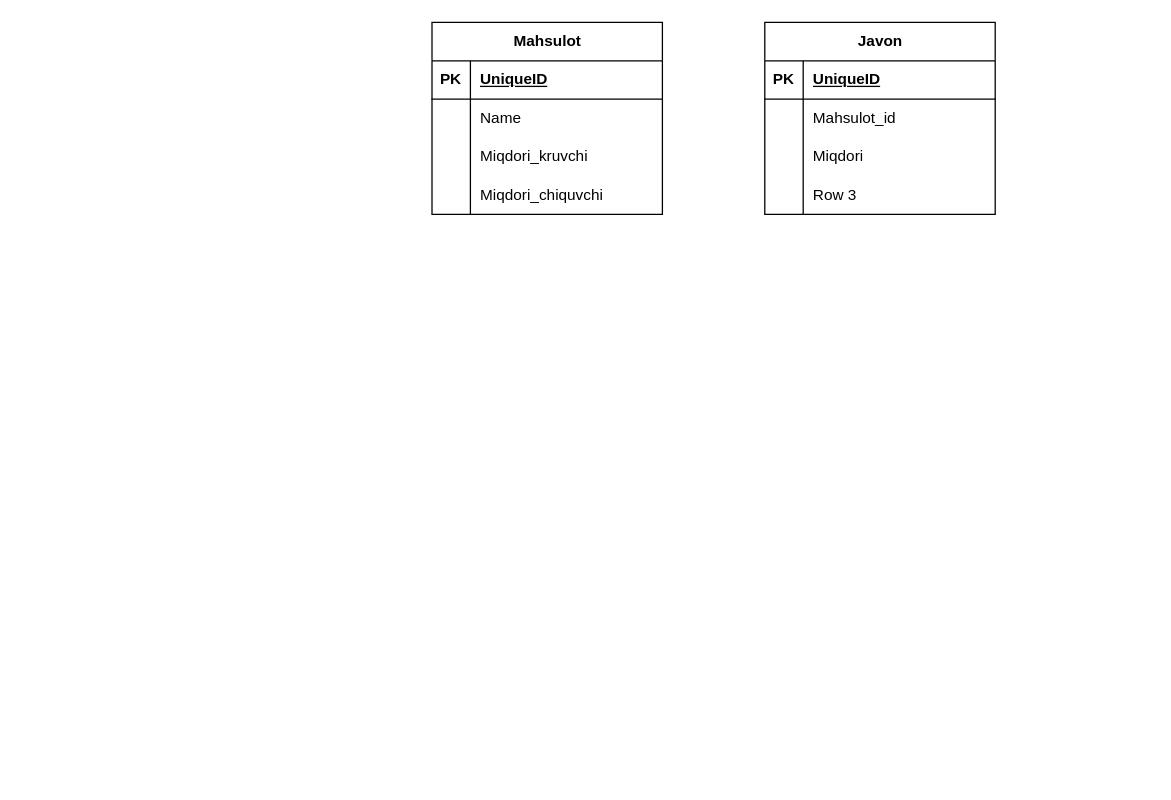
Before: Диаграмма без названия.drawio in Ramziddin-ice/Icecreame, a draw.io diagram. Source tidied: cells renumbered, new cells numbered last; positions are measured from the earlier drawing's top-left corner, leaving out a move shared by most shapes. Both pictures are drawn from the tidied source at 128%, with x=0, y=0 at pixel (431, 22).
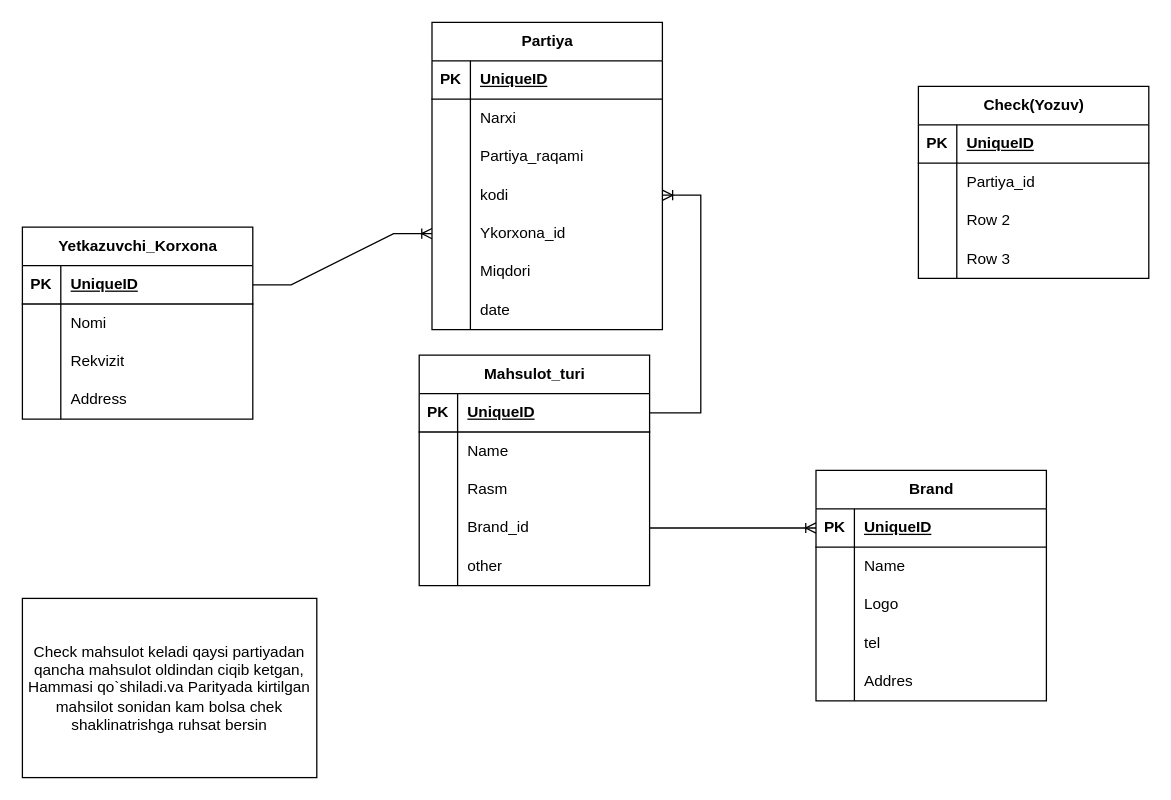
Above is the later version.

Unchanged cells that the change refers to:
```xml
<mxCell id="19" style="shape=tableRow;horizontal=0;startSize=0;swimlaneHead=0;swimlaneBody=0;fillColor=none;top=0;left=0;right=0;bottom=0;" parent="15" vertex="1">
  <mxGeometry y="60" width="180" height="30" as="geometry" />
</mxCell>
<mxCell id="22" style="shape=tableRow;horizontal=0;startSize=0;swimlaneHead=0;swimlaneBody=0;fillColor=none;top=0;left=0;right=0;bottom=0;" parent="15" vertex="1">
  <mxGeometry y="90" width="180" height="30" as="geometry" />
</mxCell>
<mxCell id="25" style="shape=tableRow;horizontal=0;startSize=0;swimlaneHead=0;swimlaneBody=0;fillColor=none;points=[[0,0.5],[1,0.5]];portConstraint=eastwest;top=0;left=0;right=0;bottom=0;" parent="15" vertex="1">
  <mxGeometry y="120" width="180" height="30" as="geometry" />
</mxCell>
```

What changed in the source:
```diff
@@
-    <mxCell id="2" value="Javon" style="shape=table;startSize=30;childLayout=tableLayout;rowLines=0;fontStyle=1;align=center;html=1;" parent="1" vertex="1">
-      <mxGeometry x="260" width="180" height="150" as="geometry" />
-    </mxCell>
-    <mxCell id="3" style="shape=tableRow;horizontal=0;startSize=0;swimlaneHead=0;swimlaneBody=0;fillColor=none;top=0;left=0;right=0;bottom=1;" parent="2" vertex="1">
-      <mxGeometry y="30" width="180" height="30" as="geometry" />
-    </mxCell>
-    <mxCell id="4" value="PK" style="shape=partialRectangle;fillColor=none;top=0;left=0;bottom=0;right=0;fontStyle=1;overflow=hidden;whiteSpace=wrap;html=1;" parent="3" vertex="1">
-      <mxGeometry width="30" height="30" as="geometry" />
-    </mxCell>
-    <mxCell id="5" value="UniqueID" style="shape=partialRectangle;fillColor=none;top=0;left=0;bottom=0;right=0;align=left;spacingLeft=6;fontStyle=5;overflow=hidden;whiteSpace=wrap;html=1;" parent="3" vertex="1">
-      <mxGeometry x="30" width="150" height="30" as="geometry" />
-    </mxCell>
-    <mxCell id="6" style="shape=tableRow;horizontal=0;startSize=0;swimlaneHead=0;swimlaneBody=0;fillColor=none;top=0;left=0;right=0;bottom=0;" parent="2" vertex="1">
-      <mxGeometry y="60" width="180" height="30" as="geometry" />
-    </mxCell>
-    <mxCell id="7" style="shape=partialRectangle;fillColor=none;top=0;left=0;bottom=0;right=0;overflow=hidden;whiteSpace=wrap;html=1;" parent="6" vertex="1">
-      <mxGeometry width="30" height="30" as="geometry" />
-    </mxCell>
-    <mxCell id="8" value="Mahsulot_id" style="shape=partialRectangle;fillColor=none;top=0;left=0;bottom=0;right=0;align=left;spacingLeft=6;overflow=hidden;whiteSpace=wrap;html=1;" parent="6" vertex="1">
-      <mxGeometry x="30" width="150" height="30" as="geometry" />
-    </mxCell>
-    <mxCell id="9" style="shape=tableRow;horizontal=0;startSize=0;swimlaneHead=0;swimlaneBody=0;fillColor=none;top=0;left=0;right=0;bottom=0;" parent="2" vertex="1">
-      <mxGeometry y="90" width="180" height="30" as="geometry" />
-    </mxCell>
-    <mxCell id="10" style="shape=partialRectangle;fillColor=none;top=0;left=0;bottom=0;right=0;overflow=hidden;whiteSpace=wrap;html=1;" parent="9" vertex="1">
-      <mxGeometry width="30" height="30" as="geometry" />
-    </mxCell>
-    <mxCell id="11" value="Miqdori" style="shape=partialRectangle;fillColor=none;top=0;left=0;bottom=0;right=0;align=left;spacingLeft=6;overflow=hidden;whiteSpace=wrap;html=1;" parent="9" vertex="1">
-      <mxGeometry x="30" width="150" height="30" as="geometry" />
-    </mxCell>
-    <mxCell id="12" style="shape=tableRow;horizontal=0;startSize=0;swimlaneHead=0;swimlaneBody=0;fillColor=none;top=0;left=0;right=0;bottom=0;" parent="2" vertex="1">
-      <mxGeometry y="120" width="180" height="30" as="geometry" />
-    </mxCell>
-    <mxCell id="13" style="shape=partialRectangle;fillColor=none;top=0;left=0;bottom=0;right=0;overflow=hidden;whiteSpace=wrap;html=1;" parent="12" vertex="1">
-      <mxGeometry width="30" height="30" as="geometry" />
-    </mxCell>
-    <mxCell id="14" value="Row 3" style="shape=partialRectangle;fillColor=none;top=0;left=0;bottom=0;right=0;align=left;spacingLeft=6;overflow=hidden;whiteSpace=wrap;html=1;" parent="12" vertex="1">
-      <mxGeometry x="30" width="150" height="30" as="geometry" />
-    </mxCell>
-    <mxCell id="15" value="Mahsulot" style="shape=table;startSize=30;childLayout=tableLayout;rowLines=0;fontStyle=1;align=center;html=1;" parent="1" vertex="1">
-      <mxGeometry width="180" height="150" as="geometry" />
+    <mxCell id="15" value="Partiya" style="shape=table;startSize=30;childLayout=tableLayout;rowLines=0;fontStyle=1;align=center;html=1;" parent="1" vertex="1">
+      <mxGeometry width="180" height="240" as="geometry" />
     </mxCell>
@@
-    <mxCell id="21" value="Name" style="shape=partialRectangle;fillColor=none;top=0;left=0;bottom=0;right=0;align=left;spacingLeft=6;overflow=hidden;whiteSpace=wrap;html=1;" parent="19" vertex="1">
+    <mxCell id="21" value="Narxi" style="shape=partialRectangle;fillColor=none;top=0;left=0;bottom=0;right=0;align=left;spacingLeft=6;overflow=hidden;whiteSpace=wrap;html=1;" parent="19" vertex="1">
       <mxGeometry x="30" width="150" height="30" as="geometry" />
     </mxCell>
@@
-    <mxCell id="24" value="Miqdori_kruvchi" style="shape=partialRectangle;fillColor=none;top=0;left=0;bottom=0;right=0;align=left;spacingLeft=6;overflow=hidden;whiteSpace=wrap;html=1;" parent="22" vertex="1">
+    <mxCell id="24" value="Partiya_raqami" style="shape=partialRectangle;fillColor=none;top=0;left=0;bottom=0;right=0;align=left;spacingLeft=6;overflow=hidden;whiteSpace=wrap;html=1;" parent="22" vertex="1">
       <mxGeometry x="30" width="150" height="30" as="geometry" />
     </mxCell>
@@
-    <mxCell id="27" value="Miqdori_chiquvchi" style="shape=partialRectangle;fillColor=none;top=0;left=0;bottom=0;right=0;align=left;spacingLeft=6;overflow=hidden;whiteSpace=wrap;html=1;" parent="25" vertex="1">
+    <mxCell id="27" value="kodi" style="shape=partialRectangle;fillColor=none;top=0;left=0;bottom=0;right=0;align=left;spacingLeft=6;overflow=hidden;whiteSpace=wrap;html=1;" parent="25" vertex="1">
       <mxGeometry x="30" width="150" height="30" as="geometry" />
     </mxCell>
+    <mxCell id="28" style="shape=tableRow;horizontal=0;startSize=0;swimlaneHead=0;swimlaneBody=0;fillColor=none;points=[[0,0.5],[1,0.5]];portConstraint=eastwest;top=0;left=0;right=0;bottom=0;" parent="15" vertex="1">
+      <mxGeometry y="150" width="180" height="30" as="geometry" />
+    </mxCell>
+    <mxCell id="29" style="shape=partialRectangle;fillColor=none;top=0;left=0;bottom=0;right=0;overflow=hidden;whiteSpace=wrap;html=1;" parent="28" vertex="1">
+      <mxGeometry width="30" height="30" as="geometry" />
+    </mxCell>
+    <mxCell id="30" value="Ykorxona_id" style="shape=partialRectangle;fillColor=none;top=0;left=0;bottom=0;right=0;align=left;spacingLeft=6;overflow=hidden;whiteSpace=wrap;html=1;" parent="28" vertex="1">
+      <mxGeometry x="30" width="150" height="30" as="geometry" />
+    </mxCell>
+    <mxCell id="31" style="shape=tableRow;horizontal=0;startSize=0;swimlaneHead=0;swimlaneBody=0;fillColor=none;top=0;left=0;right=0;bottom=0;" parent="15" vertex="1">
+      <mxGeometry y="180" width="180" height="30" as="geometry" />
+    </mxCell>
+    <mxCell id="32" style="shape=partialRectangle;fillColor=none;top=0;left=0;bottom=0;right=0;overflow=hidden;whiteSpace=wrap;html=1;" parent="31" vertex="1">
+      <mxGeometry width="30" height="30" as="geometry" />
+    </mxCell>
+    <mxCell id="11" value="Miqdori" style="shape=partialRectangle;fillColor=none;top=0;left=0;bottom=0;right=0;align=left;spacingLeft=6;overflow=hidden;whiteSpace=wrap;html=1;" parent="31" vertex="1">
+      <mxGeometry x="30" width="150" height="30" as="geometry" />
+    </mxCell>
+    <mxCell id="33" style="shape=tableRow;horizontal=0;startSize=0;swimlaneHead=0;swimlaneBody=0;fillColor=none;top=0;left=0;right=0;bottom=0;" parent="15" vertex="1">
+      <mxGeometry y="210" width="180" height="30" as="geometry" />
+    </mxCell>
+    <mxCell id="34" style="shape=partialRectangle;fillColor=none;top=0;left=0;bottom=0;right=0;overflow=hidden;whiteSpace=wrap;html=1;" parent="33" vertex="1">
+      <mxGeometry width="30" height="30" as="geometry" />
+    </mxCell>
+    <mxCell id="35" value="date" style="shape=partialRectangle;fillColor=none;top=0;left=0;bottom=0;right=0;align=left;spacingLeft=6;overflow=hidden;whiteSpace=wrap;html=1;" parent="33" vertex="1">
+      <mxGeometry x="30" width="150" height="30" as="geometry" />
+    </mxCell>
+    <mxCell id="36" value="Mahsulot_turi" style="shape=table;startSize=30;childLayout=tableLayout;rowLines=0;fontStyle=1;align=center;html=1;" parent="1" vertex="1">
+      <mxGeometry x="-10" y="260" width="180" height="180" as="geometry" />
+    </mxCell>
+    <mxCell id="37" style="shape=tableRow;horizontal=0;startSize=0;swimlaneHead=0;swimlaneBody=0;fillColor=none;points=[[0,0.5],[1,0.5]];portConstraint=eastwest;top=0;left=0;right=0;bottom=1;" parent="36" vertex="1">
+      <mxGeometry y="30" width="180" height="30" as="geometry" />
+    </mxCell>
+    <mxCell id="38" value="PK" style="shape=partialRectangle;fillColor=none;top=0;left=0;bottom=0;right=0;fontStyle=1;overflow=hidden;whiteSpace=wrap;html=1;" parent="37" vertex="1">
+      <mxGeometry width="30" height="30" as="geometry" />
+    </mxCell>
+    <mxCell id="39" value="UniqueID" style="shape=partialRectangle;fillColor=none;top=0;left=0;bottom=0;right=0;align=left;spacingLeft=6;fontStyle=5;overflow=hidden;whiteSpace=wrap;html=1;" parent="37" vertex="1">
+      <mxGeometry x="30" width="150" height="30" as="geometry" />
+    </mxCell>
+    <mxCell id="40" style="shape=tableRow;horizontal=0;startSize=0;swimlaneHead=0;swimlaneBody=0;fillColor=none;top=0;left=0;right=0;bottom=0;" parent="36" vertex="1">
+      <mxGeometry y="60" width="180" height="30" as="geometry" />
+    </mxCell>
+    <mxCell id="41" style="shape=partialRectangle;fillColor=none;top=0;left=0;bottom=0;right=0;overflow=hidden;whiteSpace=wrap;html=1;" parent="40" vertex="1">
+      <mxGeometry width="30" height="30" as="geometry" />
+    </mxCell>
+    <mxCell id="42" value="Name" style="shape=partialRectangle;fillColor=none;top=0;left=0;bottom=0;right=0;align=left;spacingLeft=6;overflow=hidden;whiteSpace=wrap;html=1;" parent="40" vertex="1">
+      <mxGeometry x="30" width="150" height="30" as="geometry" />
+    </mxCell>
+    <mxCell id="43" style="shape=tableRow;horizontal=0;startSize=0;swimlaneHead=0;swimlaneBody=0;fillColor=none;top=0;left=0;right=0;bottom=0;" parent="36" vertex="1">
+      <mxGeometry y="90" width="180" height="30" as="geometry" />
+    </mxCell>
+    <mxCell id="44" style="shape=partialRectangle;fillColor=none;top=0;left=0;bottom=0;right=0;overflow=hidden;whiteSpace=wrap;html=1;" parent="43" vertex="1">
+      <mxGeometry width="30" height="30" as="geometry" />
+    </mxCell>
+    <mxCell id="45" value="Rasm" style="shape=partialRectangle;fillColor=none;top=0;left=0;bottom=0;right=0;align=left;spacingLeft=6;overflow=hidden;whiteSpace=wrap;html=1;" parent="43" vertex="1">
+      <mxGeometry x="30" width="150" height="30" as="geometry" />
+    </mxCell>
+    <mxCell id="46" style="shape=tableRow;horizontal=0;startSize=0;swimlaneHead=0;swimlaneBody=0;fillColor=none;points=[[0,0.5],[1,0.5]];portConstraint=eastwest;top=0;left=0;right=0;bottom=0;" parent="36" vertex="1">
+      <mxGeometry y="120" width="180" height="30" as="geometry" />
+    </mxCell>
+    <mxCell id="47" style="shape=partialRectangle;fillColor=none;top=0;left=0;bottom=0;right=0;overflow=hidden;whiteSpace=wrap;html=1;" parent="46" vertex="1">
+      <mxGeometry width="30" height="30" as="geometry" />
+    </mxCell>
+    <mxCell id="48" value="Brand_id" style="shape=partialRectangle;fillColor=none;top=0;left=0;bottom=0;right=0;align=left;spacingLeft=6;overflow=hidden;whiteSpace=wrap;html=1;" parent="46" vertex="1">
+      <mxGeometry x="30" width="150" height="30" as="geometry" />
+    </mxCell>
+    <mxCell id="49" style="shape=tableRow;horizontal=0;startSize=0;swimlaneHead=0;swimlaneBody=0;fillColor=none;top=0;left=0;right=0;bottom=0;" parent="36" vertex="1">
+      <mxGeometry y="150" width="180" height="30" as="geometry" />
+    </mxCell>
+    <mxCell id="50" style="shape=partialRectangle;fillColor=none;top=0;left=0;bottom=0;right=0;overflow=hidden;whiteSpace=wrap;html=1;" parent="49" vertex="1">
+      <mxGeometry width="30" height="30" as="geometry" />
+    </mxCell>
+    <mxCell id="51" value="other" style="shape=partialRectangle;fillColor=none;top=0;left=0;bottom=0;right=0;align=left;spacingLeft=6;overflow=hidden;whiteSpace=wrap;html=1;" parent="49" vertex="1">
+      <mxGeometry x="30" width="150" height="30" as="geometry" />
+    </mxCell>
+    <mxCell id="52" style="edgeStyle=entityRelationEdgeStyle;fontSize=12;html=1;endArrow=ERoneToMany;rounded=0;" parent="1" edge="1" source="37" target="25">
+      <mxGeometry relative="1" as="geometry" />
+    </mxCell>
+    <mxCell id="53" value="Brand" style="shape=table;startSize=30;childLayout=tableLayout;rowLines=0;fontStyle=1;align=center;html=1;" parent="1" vertex="1">
+      <mxGeometry x="300" y="350" width="180" height="180" as="geometry" />
+    </mxCell>
+    <mxCell id="54" style="shape=tableRow;horizontal=0;startSize=0;swimlaneHead=0;swimlaneBody=0;fillColor=none;points=[[0,0.5],[1,0.5]];portConstraint=eastwest;top=0;left=0;right=0;bottom=1;" parent="53" vertex="1">
+      <mxGeometry y="30" width="180" height="30" as="geometry" />
+    </mxCell>
+    <mxCell id="55" value="PK" style="shape=partialRectangle;fillColor=none;top=0;left=0;bottom=0;right=0;fontStyle=1;overflow=hidden;whiteSpace=wrap;html=1;" parent="54" vertex="1">
+      <mxGeometry width="30" height="30" as="geometry" />
+    </mxCell>
+    <mxCell id="56" value="UniqueID" style="shape=partialRectangle;fillColor=none;top=0;left=0;bottom=0;right=0;align=left;spacingLeft=6;fontStyle=5;overflow=hidden;whiteSpace=wrap;html=1;" parent="54" vertex="1">
+      <mxGeometry x="30" width="150" height="30" as="geometry" />
+    </mxCell>
+    <mxCell id="57" style="shape=tableRow;horizontal=0;startSize=0;swimlaneHead=0;swimlaneBody=0;fillColor=none;top=0;left=0;right=0;bottom=0;" parent="53" vertex="1">
+      <mxGeometry y="60" width="180" height="30" as="geometry" />
+    </mxCell>
+    <mxCell id="58" style="shape=partialRectangle;fillColor=none;top=0;left=0;bottom=0;right=0;overflow=hidden;whiteSpace=wrap;html=1;" parent="57" vertex="1">
+      <mxGeometry width="30" height="30" as="geometry" />
+    </mxCell>
+    <mxCell id="59" value="Name" style="shape=partialRectangle;fillColor=none;top=0;left=0;bottom=0;right=0;align=left;spacingLeft=6;overflow=hidden;whiteSpace=wrap;html=1;" parent="57" vertex="1">
+      <mxGeometry x="30" width="150" height="30" as="geometry" />
+    </mxCell>
+    <mxCell id="60" style="shape=tableRow;horizontal=0;startSize=0;swimlaneHead=0;swimlaneBody=0;fillColor=none;top=0;left=0;right=0;bottom=0;" parent="53" vertex="1">
+      <mxGeometry y="90" width="180" height="30" as="geometry" />
+    </mxCell>
+    <mxCell id="61" style="shape=partialRectangle;fillColor=none;top=0;left=0;bottom=0;right=0;overflow=hidden;whiteSpace=wrap;html=1;" parent="60" vertex="1">
+      <mxGeometry width="30" height="30" as="geometry" />
+    </mxCell>
+    <mxCell id="62" value="Logo" style="shape=partialRectangle;fillColor=none;top=0;left=0;bottom=0;right=0;align=left;spacingLeft=6;overflow=hidden;whiteSpace=wrap;html=1;" parent="60" vertex="1">
+      <mxGeometry x="30" width="150" height="30" as="geometry" />
+    </mxCell>
+    <mxCell id="63" style="shape=tableRow;horizontal=0;startSize=0;swimlaneHead=0;swimlaneBody=0;fillColor=none;top=0;left=0;right=0;bottom=0;" parent="53" vertex="1">
+      <mxGeometry y="120" width="180" height="30" as="geometry" />
+    </mxCell>
+    <mxCell id="64" style="shape=partialRectangle;fillColor=none;top=0;left=0;bottom=0;right=0;overflow=hidden;whiteSpace=wrap;html=1;" parent="63" vertex="1">
+      <mxGeometry width="30" height="30" as="geometry" />
+    </mxCell>
+    <mxCell id="65" value="tel" style="shape=partialRectangle;fillColor=none;top=0;left=0;bottom=0;right=0;align=left;spacingLeft=6;overflow=hidden;whiteSpace=wrap;html=1;" parent="63" vertex="1">
+      <mxGeometry x="30" width="150" height="30" as="geometry" />
+    </mxCell>
+    <mxCell id="66" style="shape=tableRow;horizontal=0;startSize=0;swimlaneHead=0;swimlaneBody=0;fillColor=none;top=0;left=0;right=0;bottom=0;" parent="53" vertex="1">
+      <mxGeometry y="150" width="180" height="30" as="geometry" />
+    </mxCell>
+    <mxCell id="67" style="shape=partialRectangle;fillColor=none;top=0;left=0;bottom=0;right=0;overflow=hidden;whiteSpace=wrap;html=1;" parent="66" vertex="1">
+      <mxGeometry width="30" height="30" as="geometry" />
+    </mxCell>
+    <mxCell id="68" value="Addres" style="shape=partialRectangle;fillColor=none;top=0;left=0;bottom=0;right=0;align=left;spacingLeft=6;overflow=hidden;whiteSpace=wrap;html=1;" parent="66" vertex="1">
+      <mxGeometry x="30" width="150" height="30" as="geometry" />
+    </mxCell>
+    <mxCell id="69" style="edgeStyle=entityRelationEdgeStyle;fontSize=12;html=1;endArrow=ERoneToMany;rounded=0;" parent="1" edge="1" source="46" target="54">
+      <mxGeometry relative="1" as="geometry" />
+    </mxCell>
+    <mxCell id="70" value="Yetkazuvchi_Korxona" style="shape=table;startSize=30;childLayout=tableLayout;rowLines=0;fontStyle=1;align=center;html=1;" parent="1" vertex="1">
+      <mxGeometry x="-320" y="160" width="180" height="150" as="geometry" />
+    </mxCell>
+    <mxCell id="71" style="shape=tableRow;horizontal=0;startSize=0;swimlaneHead=0;swimlaneBody=0;fillColor=none;points=[[0,0.5],[1,0.5]];portConstraint=eastwest;top=0;left=0;right=0;bottom=1;" parent="70" vertex="1">
+      <mxGeometry y="30" width="180" height="30" as="geometry" />
+    </mxCell>
+    <mxCell id="72" value="PK" style="shape=partialRectangle;fillColor=none;top=0;left=0;bottom=0;right=0;fontStyle=1;overflow=hidden;whiteSpace=wrap;html=1;" parent="71" vertex="1">
+      <mxGeometry width="30" height="30" as="geometry" />
+    </mxCell>
+    <mxCell id="73" value="UniqueID" style="shape=partialRectangle;fillColor=none;top=0;left=0;bottom=0;right=0;align=left;spacingLeft=6;fontStyle=5;overflow=hidden;whiteSpace=wrap;html=1;" parent="71" vertex="1">
+      <mxGeometry x="30" width="150" height="30" as="geometry" />
+    </mxCell>
+    <mxCell id="74" style="shape=tableRow;horizontal=0;startSize=0;swimlaneHead=0;swimlaneBody=0;fillColor=none;top=0;left=0;right=0;bottom=0;" parent="70" vertex="1">
+      <mxGeometry y="60" width="180" height="30" as="geometry" />
+    </mxCell>
+    <mxCell id="75" style="shape=partialRectangle;fillColor=none;top=0;left=0;bottom=0;right=0;overflow=hidden;whiteSpace=wrap;html=1;" parent="74" vertex="1">
+      <mxGeometry width="30" height="30" as="geometry" />
+    </mxCell>
+    <mxCell id="76" value="Nomi" style="shape=partialRectangle;fillColor=none;top=0;left=0;bottom=0;right=0;align=left;spacingLeft=6;overflow=hidden;whiteSpace=wrap;html=1;" parent="74" vertex="1">
+      <mxGeometry x="30" width="150" height="30" as="geometry" />
+    </mxCell>
+    <mxCell id="77" style="shape=tableRow;horizontal=0;startSize=0;swimlaneHead=0;swimlaneBody=0;fillColor=none;top=0;left=0;right=0;bottom=0;" parent="70" vertex="1">
+      <mxGeometry y="90" width="180" height="30" as="geometry" />
+    </mxCell>
+    <mxCell id="78" style="shape=partialRectangle;fillColor=none;top=0;left=0;bottom=0;right=0;overflow=hidden;whiteSpace=wrap;html=1;" parent="77" vertex="1">
+      <mxGeometry width="30" height="30" as="geometry" />
+    </mxCell>
+    <mxCell id="79" value="Rekvizit" style="shape=partialRectangle;fillColor=none;top=0;left=0;bottom=0;right=0;align=left;spacingLeft=6;overflow=hidden;whiteSpace=wrap;html=1;" parent="77" vertex="1">
+      <mxGeometry x="30" width="150" height="30" as="geometry" />
+    </mxCell>
+    <mxCell id="80" style="shape=tableRow;horizontal=0;startSize=0;swimlaneHead=0;swimlaneBody=0;fillColor=none;top=0;left=0;right=0;bottom=0;" parent="70" vertex="1">
+      <mxGeometry y="120" width="180" height="30" as="geometry" />
+    </mxCell>
+    <mxCell id="81" style="shape=partialRectangle;fillColor=none;top=0;left=0;bottom=0;right=0;overflow=hidden;whiteSpace=wrap;html=1;" parent="80" vertex="1">
+      <mxGeometry width="30" height="30" as="geometry" />
+    </mxCell>
+    <mxCell id="82" value="Address" style="shape=partialRectangle;fillColor=none;top=0;left=0;bottom=0;right=0;align=left;spacingLeft=6;overflow=hidden;whiteSpace=wrap;html=1;" parent="80" vertex="1">
+      <mxGeometry x="30" width="150" height="30" as="geometry" />
+    </mxCell>
+    <mxCell id="83" style="edgeStyle=entityRelationEdgeStyle;fontSize=12;html=1;endArrow=ERoneToMany;rounded=0;" parent="1" edge="1" source="71" target="28">
+      <mxGeometry relative="1" as="geometry" />
+    </mxCell>
+    <mxCell id="84" value="Check(Yozuv)" style="shape=table;startSize=30;childLayout=tableLayout;rowLines=0;fontStyle=1;align=center;html=1;" parent="1" vertex="1">
+      <mxGeometry x="380" y="50" width="180" height="150" as="geometry" />
+    </mxCell>
+    <mxCell id="85" style="shape=tableRow;horizontal=0;startSize=0;swimlaneHead=0;swimlaneBody=0;fillColor=none;top=0;left=0;right=0;bottom=1;" parent="84" vertex="1">
+      <mxGeometry y="30" width="180" height="30" as="geometry" />
+    </mxCell>
+    <mxCell id="86" value="PK" style="shape=partialRectangle;fillColor=none;top=0;left=0;bottom=0;right=0;fontStyle=1;overflow=hidden;whiteSpace=wrap;html=1;" parent="85" vertex="1">
+      <mxGeometry width="30" height="30" as="geometry" />
+    </mxCell>
+    <mxCell id="87" value="UniqueID" style="shape=partialRectangle;fillColor=none;top=0;left=0;bottom=0;right=0;align=left;spacingLeft=6;fontStyle=5;overflow=hidden;whiteSpace=wrap;html=1;" parent="85" vertex="1">
+      <mxGeometry x="30" width="150" height="30" as="geometry" />
+    </mxCell>
+    <mxCell id="88" style="shape=tableRow;horizontal=0;startSize=0;swimlaneHead=0;swimlaneBody=0;fillColor=none;top=0;left=0;right=0;bottom=0;" parent="84" vertex="1">
+      <mxGeometry y="60" width="180" height="30" as="geometry" />
+    </mxCell>
+    <mxCell id="89" style="shape=partialRectangle;fillColor=none;top=0;left=0;bottom=0;right=0;overflow=hidden;whiteSpace=wrap;html=1;" parent="88" vertex="1">
+      <mxGeometry width="30" height="30" as="geometry" />
+    </mxCell>
+    <mxCell id="90" value="Partiya_id" style="shape=partialRectangle;fillColor=none;top=0;left=0;bottom=0;right=0;align=left;spacingLeft=6;overflow=hidden;whiteSpace=wrap;html=1;" parent="88" vertex="1">
+      <mxGeometry x="30" width="150" height="30" as="geometry" />
+    </mxCell>
+    <mxCell id="91" style="shape=tableRow;horizontal=0;startSize=0;swimlaneHead=0;swimlaneBody=0;fillColor=none;top=0;left=0;right=0;bottom=0;" parent="84" vertex="1">
+      <mxGeometry y="90" width="180" height="30" as="geometry" />
+    </mxCell>
+    <mxCell id="92" style="shape=partialRectangle;fillColor=none;top=0;left=0;bottom=0;right=0;overflow=hidden;whiteSpace=wrap;html=1;" parent="91" vertex="1">
+      <mxGeometry width="30" height="30" as="geometry" />
+    </mxCell>
+    <mxCell id="93" value="Row 2" style="shape=partialRectangle;fillColor=none;top=0;left=0;bottom=0;right=0;align=left;spacingLeft=6;overflow=hidden;whiteSpace=wrap;html=1;" parent="91" vertex="1">
+      <mxGeometry x="30" width="150" height="30" as="geometry" />
+    </mxCell>
+    <mxCell id="94" style="shape=tableRow;horizontal=0;startSize=0;swimlaneHead=0;swimlaneBody=0;fillColor=none;top=0;left=0;right=0;bottom=0;" parent="84" vertex="1">
+      <mxGeometry y="120" width="180" height="30" as="geometry" />
+    </mxCell>
+    <mxCell id="95" style="shape=partialRectangle;fillColor=none;top=0;left=0;bottom=0;right=0;overflow=hidden;whiteSpace=wrap;html=1;" parent="94" vertex="1">
+      <mxGeometry width="30" height="30" as="geometry" />
+    </mxCell>
+    <mxCell id="14" value="Row 3" style="shape=partialRectangle;fillColor=none;top=0;left=0;bottom=0;right=0;align=left;spacingLeft=6;overflow=hidden;whiteSpace=wrap;html=1;" parent="94" vertex="1">
+      <mxGeometry x="30" width="150" height="30" as="geometry" />
+    </mxCell>
+    <mxCell id="96" value="Check mahsulot keladi qaysi partiyadan qancha mahsulot oldindan ciqib ketgan, Hammasi qo`shiladi.va Parityada kirtilgan mahsilot sonidan kam bolsa chek shaklinatrishga ruhsat bersin" style="rounded=0;whiteSpace=wrap;html=1;" parent="1" vertex="1">
+      <mxGeometry x="-320" y="450" width="230" height="140" as="geometry" />
+    </mxCell>
```
